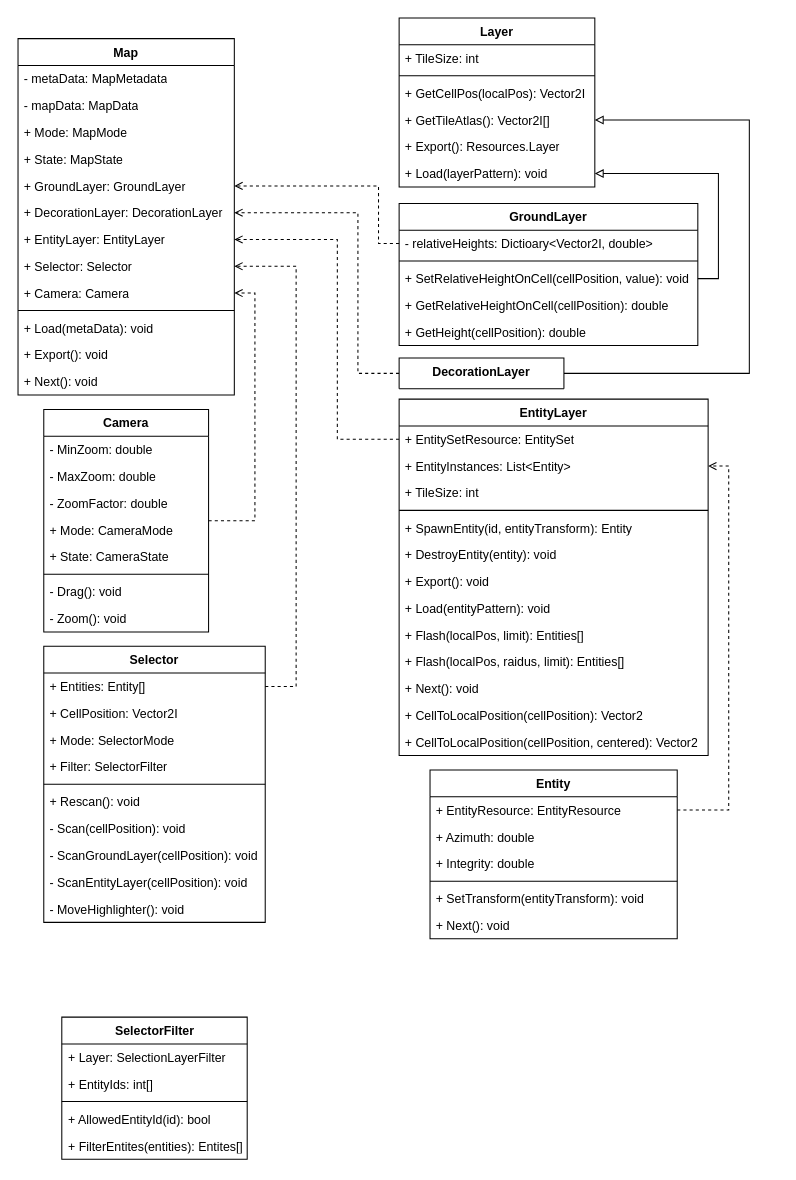
Earlier version of the draw.io diagram Documentation/Assets/MapClass.drawio (1ivyatan/drumstalotajs). Source tidied: cells renumbered, new cells numbered last; positions are measured from the earlier drawing's top-left corner, leaving out a move shared by most shapes. Both pictures are drawn from the tidied source at 103%, with x=0, y=0 at pixel (18, 18).
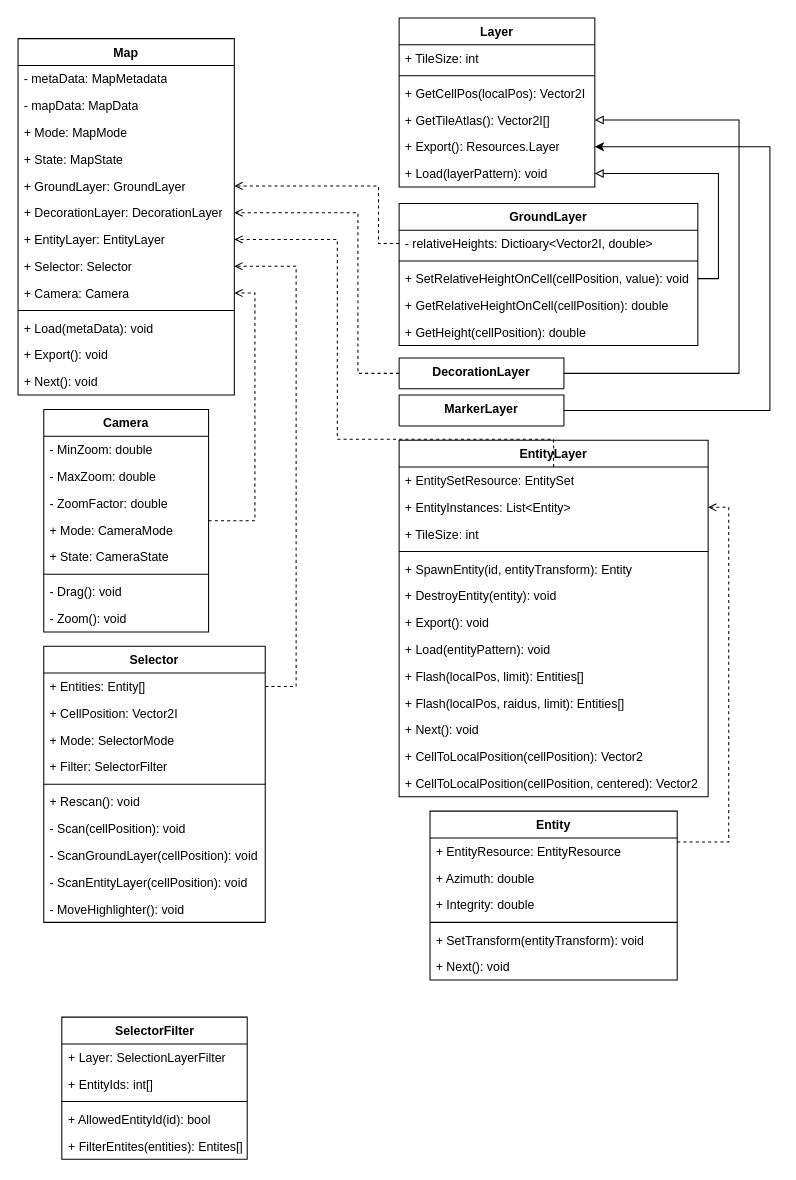
After the change.

The change refers to these unchanged cells:
```xml
<mxCell id="20" value="+ GetTileAtlas(): Vector2I[]" style="text;strokeColor=none;fillColor=none;align=left;verticalAlign=top;spacingLeft=4;spacingRight=4;overflow=hidden;points=[[0,0.5],[1,0.5]];portConstraint=eastwest;whiteSpace=wrap;html=1;" parent="16" vertex="1">
  <mxGeometry y="86" width="190" height="26" as="geometry" />
</mxCell>
<mxCell id="21" value="+ Export(): Resources.Layer" style="text;strokeColor=none;fillColor=none;align=left;verticalAlign=top;spacingLeft=4;spacingRight=4;overflow=hidden;points=[[0,0.5],[1,0.5]];portConstraint=eastwest;whiteSpace=wrap;html=1;" parent="16" vertex="1">
  <mxGeometry y="112" width="190" height="26" as="geometry" />
</mxCell>
<mxCell id="31" value="DecorationLayer" style="swimlane;fontStyle=1;align=center;verticalAlign=top;horizontal=1;startSize=30;whiteSpace=wrap;html=1;" parent="1" vertex="1">
  <mxGeometry x="370" y="330" width="160" height="30" as="geometry" />
</mxCell>
<mxCell id="35" value="+ EntityInstances: List&amp;lt;Entity&amp;gt;" style="text;strokeColor=none;fillColor=none;align=left;verticalAlign=top;spacingLeft=4;spacingRight=4;overflow=hidden;points=[[0,0.5],[1,0.5]];portConstraint=eastwest;whiteSpace=wrap;html=1;" parent="33" vertex="1">
  <mxGeometry y="52" width="300" height="26" as="geometry" />
</mxCell>
<mxCell id="78" value="+ EntityResource: EntityResource" style="text;strokeColor=none;fillColor=none;align=left;verticalAlign=top;spacingLeft=4;spacingRight=4;overflow=hidden;points=[[0,0.5],[1,0.5]];portConstraint=eastwest;whiteSpace=wrap;html=1;" parent="77" vertex="1">
  <mxGeometry y="26" width="240" height="26" as="geometry" />
</mxCell>
```

What changed in the source:
```diff
@@
     <mxCell id="29" style="edgeStyle=orthogonalEdgeStyle;rounded=0;jettySize=auto;html=1;entryX=1;entryY=0.5;entryDx=0;entryDy=0;startArrow=none;startFill=0;endArrow=block;endFill=0;" parent="1" edge="1" source="31" target="20">
       <mxGeometry relative="1" as="geometry">
         <Array as="points">
-          <mxPoint x="710" y="345" />
-          <mxPoint x="710" y="99" />
+          <mxPoint x="700" y="345" />
+          <mxPoint x="700" y="99" />
         </Array>
       </mxGeometry>
     </mxCell>
@@
     <mxCell id="33" value="EntityLayer" style="swimlane;fontStyle=1;align=center;verticalAlign=top;horizontal=1;startSize=26;whiteSpace=wrap;html=1;" parent="1" vertex="1">
-      <mxGeometry x="370" y="370" width="300" height="346" as="geometry" />
+      <mxGeometry x="370" y="410" width="300" height="346" as="geometry" />
     </mxCell>
@@
     <mxCell id="77" value="Entity" style="swimlane;fontStyle=1;align=center;verticalAlign=top;horizontal=1;startSize=26;whiteSpace=wrap;html=1;" parent="1" vertex="1">
-      <mxGeometry x="400" y="730" width="240" height="164" as="geometry" />
+      <mxGeometry x="400" y="770" width="240" height="164" as="geometry" />
     </mxCell>
@@
     <mxCell id="84" style="edgeStyle=orthogonalEdgeStyle;rounded=0;jettySize=auto;html=1;entryX=1;entryY=0.5;entryDx=0;entryDy=0;dashed=1;endArrow=open;endFill=0;" parent="1" edge="1" source="78" target="35">
       <mxGeometry relative="1" as="geometry">
         <Array as="points">
-          <mxPoint x="690" y="769" />
-          <mxPoint x="690" y="435" />
+          <mxPoint x="690" y="800" />
+          <mxPoint x="690" y="475" />
         </Array>
       </mxGeometry>
     </mxCell>
+    <mxCell id="85" style="edgeStyle=orthogonalEdgeStyle;rounded=0;jettySize=auto;html=1;exitX=1;exitY=0.5;exitDx=0;exitDy=0;entryX=1;entryY=0.5;entryDx=0;entryDy=0;" parent="1" edge="1" source="86" target="21">
+      <mxGeometry relative="1" as="geometry">
+        <Array as="points">
+          <mxPoint x="730" y="381" />
+          <mxPoint x="730" y="125" />
+        </Array>
+      </mxGeometry>
+    </mxCell>
+    <mxCell id="86" value="MarkerLayer" style="swimlane;fontStyle=1;align=center;verticalAlign=top;horizontal=1;startSize=30;whiteSpace=wrap;html=1;" parent="1" vertex="1">
+      <mxGeometry x="370" y="366" width="160" height="30" as="geometry" />
+    </mxCell>
```
